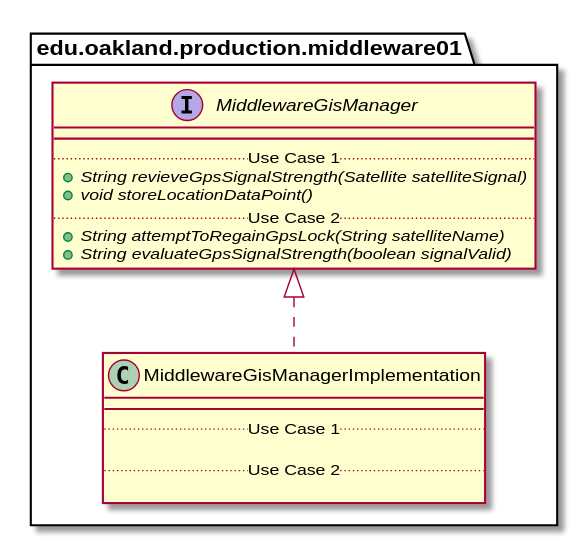
Above: docs/uml-class-diagrams/middleware01/production/MiddlewareGisManagerImplementation/MiddlewareGisManagerImplementation_DirectDependencies.svg in elilley15/csi-3370-software-project (PlantUML), before the change.
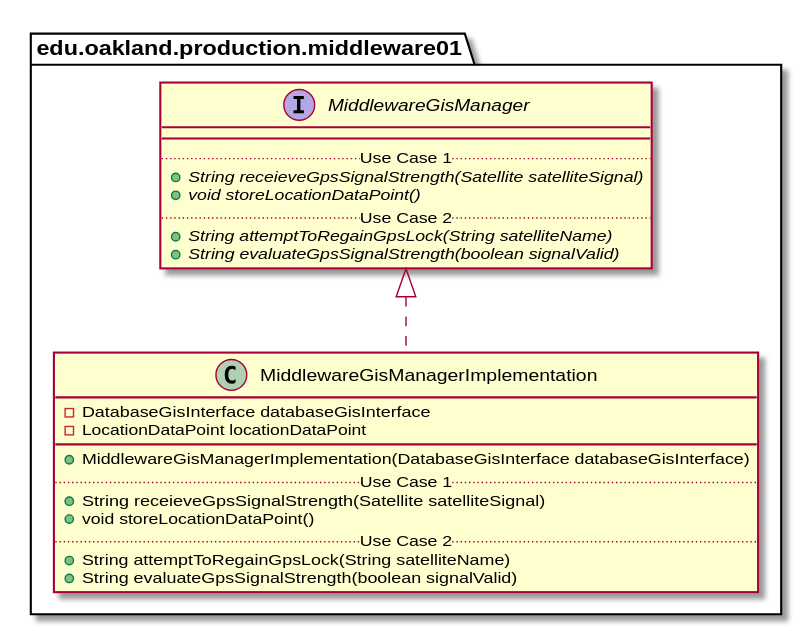
Later version of the same file.

What changed in the source:
```diff
@@ -3,11 +3,16 @@
 
 package edu.oakland.production.middleware01 {
     class MiddlewareGisManagerImplementation {
+        - DatabaseGisInterface databaseGisInterface
+        - LocationDataPoint locationDataPoint
         __
+        + MiddlewareGisManagerImplementation(DatabaseGisInterface databaseGisInterface)
         .. Use Case 1 ..
-
+        + String receieveGpsSignalStrength(Satellite satelliteSignal)
+        + void storeLocationDataPoint()
         .. Use Case 2 ..
-
+        + String attemptToRegainGpsLock(String satelliteName)
+        + String evaluateGpsSignalStrength(boolean signalValid)
     }
 }
 
@@ -17,7 +22,7 @@
     interface MiddlewareGisManager {
         __
         .. Use Case 1 ..
-        {abstract} + String revieveGpsSignalStrength(Satellite satelliteSignal)
+        {abstract} + String receieveGpsSignalStrength(Satellite satelliteSignal)
         {abstract} + void storeLocationDataPoint()
         .. Use Case 2 ..
         {abstract} + String attemptToRegainGpsLock(String satelliteName)
```
